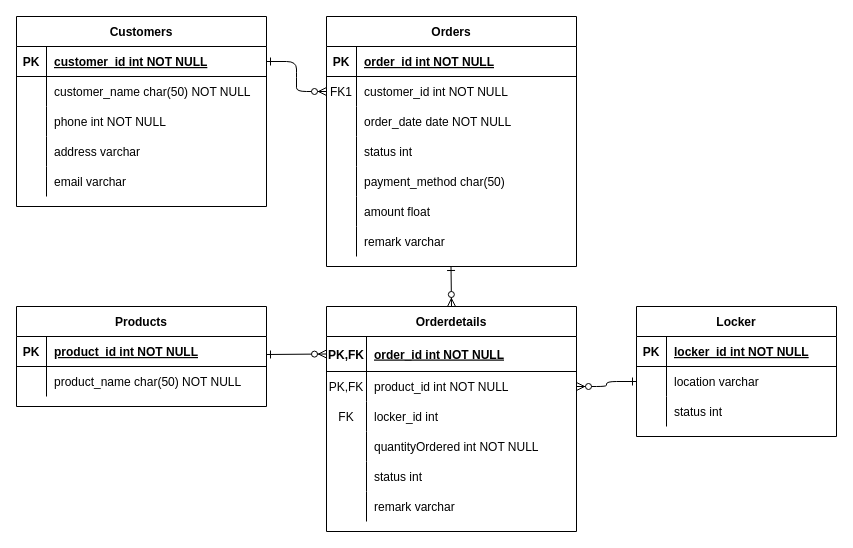
This is Database/database ERD.drawio from JakeChieng/IoTSmartLocker, a draw.io file, before an edit. Source tidied: cells renumbered, new cells numbered last; positions are measured from the earlier drawing's top-left corner, leaving out a move shared by most shapes. Both pictures are drawn from the tidied source at 100%, with x=0, y=0 at pixel (16, 16).
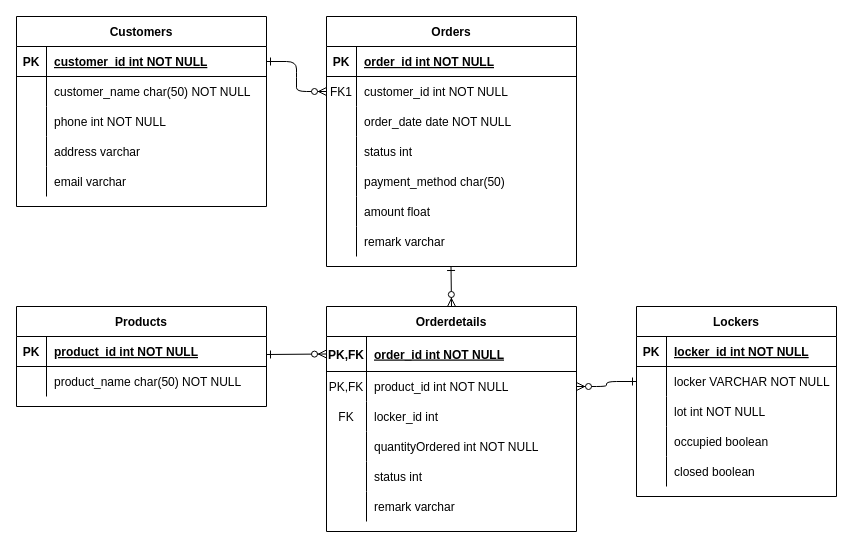
Above is the later version.

The change refers to these unchanged cells:
```xml
<mxCell id="30" style="shape=partialRectangle;fillColor=none;points=[[0,0.5],[1,0.5]];portConstraint=eastwest;top=0;left=0;right=0;bottom=0;" parent="26" vertex="1">
  <mxGeometry y="60" width="200" height="30" as="geometry" />
</mxCell>
```

The edit, as a diff of the source:
```diff
@@
-    <mxCell id="26" value="Locker" style="shape=table;startSize=30;childLayout=tableLayout;rowLines=0;fontStyle=1;align=center;" parent="1" vertex="1">
-      <mxGeometry x="620" y="290" width="200" height="130" as="geometry" />
+    <mxCell id="26" value="Lockers" style="shape=table;startSize=30;childLayout=tableLayout;rowLines=0;fontStyle=1;align=center;" parent="1" vertex="1">
+      <mxGeometry x="620" y="290" width="200" height="190" as="geometry" />
     </mxCell>
@@
-    <mxCell id="32" value="location varchar" style="shape=partialRectangle;overflow=hidden;fillColor=none;top=0;left=0;bottom=0;right=0;align=left;spacingLeft=6;" parent="30" vertex="1">
+    <mxCell id="32" value="locker VARCHAR NOT NULL" style="shape=partialRectangle;overflow=hidden;fillColor=none;top=0;left=0;bottom=0;right=0;align=left;spacingLeft=6;" parent="30" vertex="1">
       <mxGeometry x="30" width="170" height="30" as="geometry" />
     </mxCell>
+    <mxCell id="80" style="shape=partialRectangle;fillColor=none;top=0;left=0;right=0;bottom=0;" parent="26" vertex="1">
+      <mxGeometry y="90" width="200" height="30" as="geometry" />
+    </mxCell>
+    <mxCell id="81" style="shape=partialRectangle;overflow=hidden;fillColor=none;top=0;left=0;bottom=0;right=0;" parent="80" vertex="1">
+      <mxGeometry width="30" height="30" as="geometry" />
+    </mxCell>
+    <mxCell id="82" value="lot int NOT NULL" style="shape=partialRectangle;overflow=hidden;fillColor=none;top=0;left=0;bottom=0;right=0;align=left;spacingLeft=6;" parent="80" vertex="1">
+      <mxGeometry x="30" width="170" height="30" as="geometry" />
+    </mxCell>
     <mxCell id="33" style="shape=partialRectangle;fillColor=none;top=0;left=0;right=0;bottom=0;" parent="26" vertex="1">
-      <mxGeometry y="90" width="200" height="30" as="geometry" />
+      <mxGeometry y="120" width="200" height="30" as="geometry" />
     </mxCell>
@@
-    <mxCell id="35" value="status int" style="shape=partialRectangle;overflow=hidden;fillColor=none;top=0;left=0;bottom=0;right=0;align=left;spacingLeft=6;" parent="33" vertex="1">
+    <mxCell id="35" value="occupied boolean" style="shape=partialRectangle;overflow=hidden;fillColor=none;top=0;left=0;bottom=0;right=0;align=left;spacingLeft=6;" parent="33" vertex="1">
       <mxGeometry x="30" width="170" height="30" as="geometry" />
     </mxCell>
+    <mxCell id="83" style="shape=partialRectangle;fillColor=none;top=0;left=0;right=0;bottom=0;" parent="26" vertex="1">
+      <mxGeometry y="150" width="200" height="30" as="geometry" />
+    </mxCell>
+    <mxCell id="84" style="shape=partialRectangle;overflow=hidden;fillColor=none;top=0;left=0;bottom=0;right=0;" parent="83" vertex="1">
+      <mxGeometry width="30" height="30" as="geometry" />
+    </mxCell>
+    <mxCell id="85" value="closed boolean" style="shape=partialRectangle;overflow=hidden;fillColor=none;top=0;left=0;bottom=0;right=0;align=left;spacingLeft=6;" parent="83" vertex="1">
+      <mxGeometry x="30" width="170" height="30" as="geometry" />
+    </mxCell>
```
